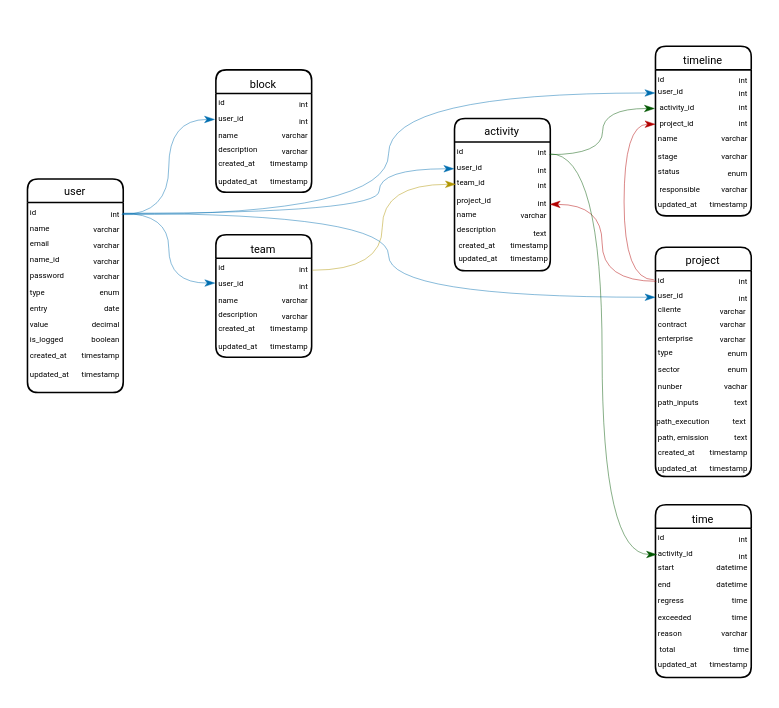
Above: Banco Kairos.drawio in Avflux/drawio (draw.io), before the change. Source tidied: cells renumbered, new cells numbered last; positions are measured from the earlier drawing's top-left corner, leaving out a move shared by most shapes. Both pictures are drawn from the tidied source at 157%, with x=0, y=0 at pixel (27, 46).
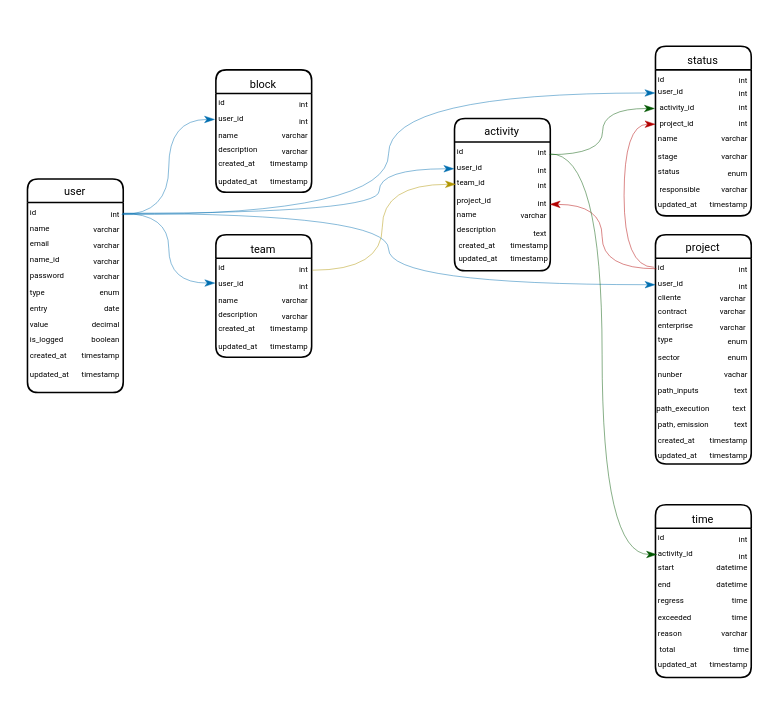
After the change.

Diff of the diagram source:
```diff
@@
     <mxCell id="58" value="&lt;p&gt;&lt;font style=&quot;font-size: 7px;&quot; face=&quot;Roboto&quot;&gt;&lt;span style=&quot;font-weight: 400;&quot;&gt;project&lt;/span&gt;&lt;/font&gt;&lt;/p&gt;" style="swimlane;whiteSpace=wrap;html=1;hachureGap=4;fontFamily=Architects Daughter;fillColor=default;strokeColor=default;startSize=15;strokeWidth=1;swimlaneLine=1;glass=0;rounded=1;shadow=0;align=center;" parent="1" vertex="1">
-      <mxGeometry x="400" y="128" width="61" height="146" as="geometry" />
+      <mxGeometry x="400" y="120" width="61" height="146" as="geometry" />
     </mxCell>
@@
-    <mxCell id="107" value="&lt;p&gt;&lt;font face=&quot;Roboto&quot;&gt;&lt;span style=&quot;font-size: 7px; font-weight: 400;&quot;&gt;timeline&lt;/span&gt;&lt;/font&gt;&lt;/p&gt;" style="swimlane;whiteSpace=wrap;html=1;hachureGap=4;fontFamily=Architects Daughter;fillColor=default;strokeColor=default;startSize=15;strokeWidth=1;swimlaneLine=1;glass=0;rounded=1;shadow=0;align=center;" parent="1" vertex="1">
+    <mxCell id="107" value="&lt;p&gt;&lt;font face=&quot;Roboto&quot;&gt;&lt;span style=&quot;font-size: 7px; font-weight: 400;&quot;&gt;status&lt;/span&gt;&lt;/font&gt;&lt;/p&gt;" style="swimlane;whiteSpace=wrap;html=1;hachureGap=4;fontFamily=Architects Daughter;fillColor=default;strokeColor=default;startSize=15;strokeWidth=1;swimlaneLine=1;glass=0;rounded=1;shadow=0;align=center;" parent="1" vertex="1">
       <mxGeometry x="400" width="61" height="108" as="geometry" />
     </mxCell>
```
